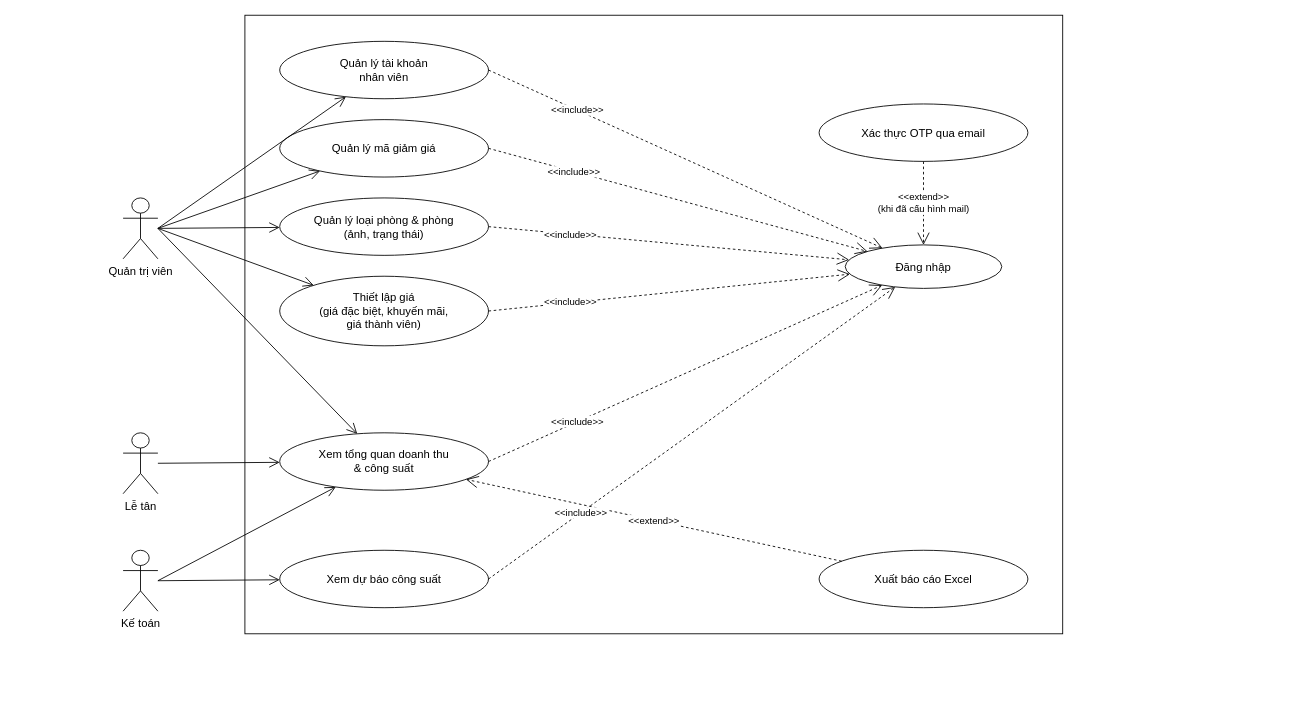
ngynquchn2511/beach-hotel keeps this draw.io diagram as docs/use-case/phan-ra/uc5-quan-tri-phong-gia.drawio. Above is the earlier version. Source tidied: cells renumbered, new cells numbered last; positions are measured from the earlier drawing's top-left corner, leaving out a move shared by most shapes. Both pictures are drawn from the tidied source at 87%, with x=0, y=0 at pixel (123, 15).
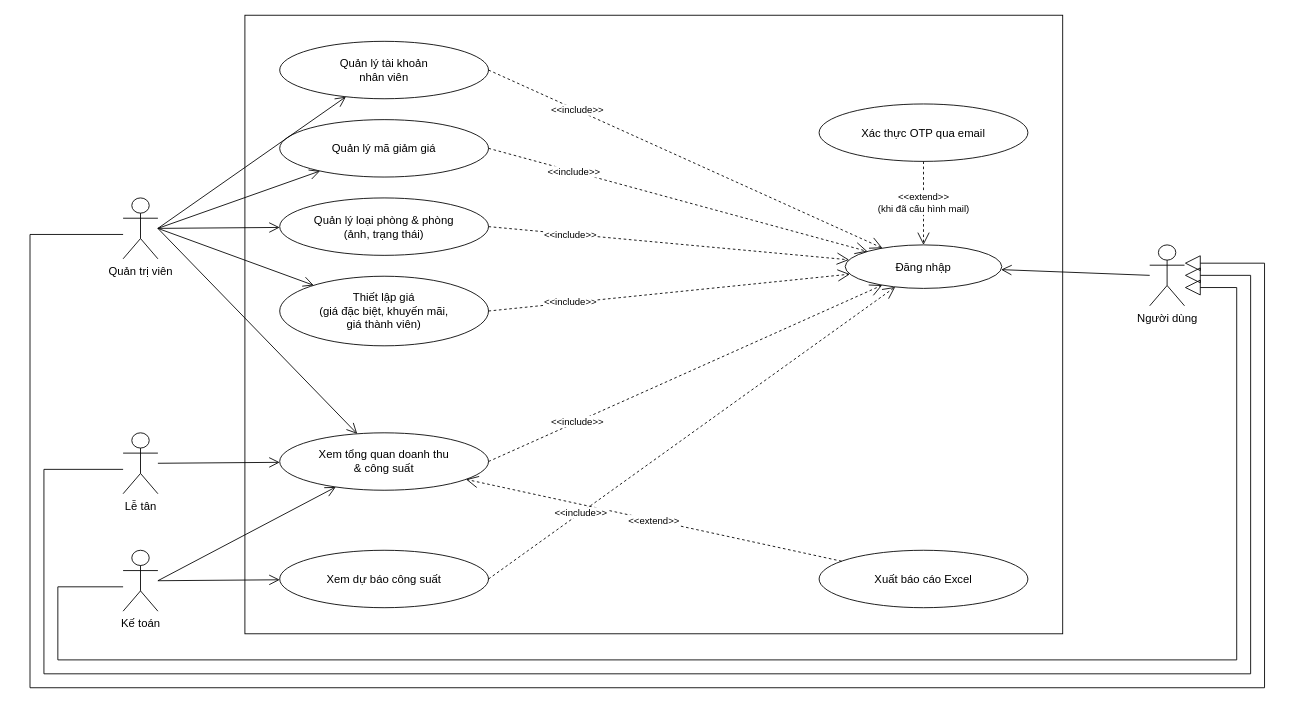
After the change.

The change refers to these unchanged cells:
```xml
<mxCell id="11" value="Đăng nhập" style="ellipse;whiteSpace=wrap;html=1;fillColor=#FFFFFF;strokeColor=#000000;fontSize=13;" parent="1" vertex="1">
  <mxGeometry x="830" y="264" width="180" height="50" as="geometry" />
</mxCell>
<mxCell id="12" value="Quản trị viên" style="shape=umlActor;verticalLabelPosition=bottom;verticalAlign=top;html=1;outlineConnect=0;fillColor=#FFFFFF;strokeColor=#000000;fontSize=13;" parent="1" vertex="1">
  <mxGeometry y="210" width="40" height="70" as="geometry" />
</mxCell>
<mxCell id="13" value="Lễ tân" style="shape=umlActor;verticalLabelPosition=bottom;verticalAlign=top;html=1;outlineConnect=0;fillColor=#FFFFFF;strokeColor=#000000;fontSize=13;" parent="1" vertex="1">
  <mxGeometry y="480" width="40" height="70" as="geometry" />
</mxCell>
<mxCell id="14" value="Kế toán" style="shape=umlActor;verticalLabelPosition=bottom;verticalAlign=top;html=1;outlineConnect=0;fillColor=#FFFFFF;strokeColor=#000000;fontSize=13;" parent="1" vertex="1">
  <mxGeometry y="615" width="40" height="70" as="geometry" />
</mxCell>
```

What changed in the source:
```diff
@@
+    <mxCell id="31" value="Người dùng" style="shape=umlActor;verticalLabelPosition=bottom;verticalAlign=top;html=1;outlineConnect=0;fillColor=#FFFFFF;strokeColor=#000000;fontSize=13;" parent="1" vertex="1">
+      <mxGeometry x="1180" y="264" width="40" height="70" as="geometry" />
+    </mxCell>
+    <mxCell id="32" style="endArrow=open;endSize=10;html=1;rounded=0;strokeColor=#000000;exitX=0;exitY=0.5;exitDx=0;exitDy=0;exitPerimeter=0;" parent="1" edge="1" source="31" target="11">
+      <mxGeometry relative="1" as="geometry" />
+    </mxCell>
+    <mxCell id="33" style="endArrow=block;endSize=16;endFill=0;html=1;rounded=0;strokeColor=#000000;exitX=0;exitY=0.6;exitDx=0;exitDy=0;exitPerimeter=0;entryX=1;entryY=0.7;entryDx=0;entryDy=0;entryPerimeter=0;" parent="1" edge="1" source="14" target="31">
+      <mxGeometry relative="1" as="geometry">
+        <Array as="points">
+          <mxPoint x="-75" y="657" />
+          <mxPoint x="-75" y="741" />
+          <mxPoint x="1280" y="741" />
+          <mxPoint x="1280" y="313" />
+        </Array>
+      </mxGeometry>
+    </mxCell>
+    <mxCell id="34" style="endArrow=block;endSize=16;endFill=0;html=1;rounded=0;strokeColor=#000000;exitX=0;exitY=0.6;exitDx=0;exitDy=0;exitPerimeter=0;entryX=1;entryY=0.49999999999999994;entryDx=0;entryDy=0;entryPerimeter=0;" parent="1" edge="1" source="13" target="31">
+      <mxGeometry relative="1" as="geometry">
+        <Array as="points">
+          <mxPoint x="-91" y="522" />
+          <mxPoint x="-91" y="757" />
+          <mxPoint x="1296" y="757" />
+          <mxPoint x="1296" y="299" />
+        </Array>
+      </mxGeometry>
+    </mxCell>
+    <mxCell id="35" style="endArrow=block;endSize=16;endFill=0;html=1;rounded=0;strokeColor=#000000;exitX=0;exitY=0.6;exitDx=0;exitDy=0;exitPerimeter=0;entryX=1;entryY=0.29999999999999993;entryDx=0;entryDy=0;entryPerimeter=0;" parent="1" edge="1" source="12" target="31">
+      <mxGeometry relative="1" as="geometry">
+        <Array as="points">
+          <mxPoint x="-107" y="252" />
+          <mxPoint x="-107" y="773" />
+          <mxPoint x="1312" y="773" />
+          <mxPoint x="1312" y="285" />
+        </Array>
+      </mxGeometry>
+    </mxCell>
```
